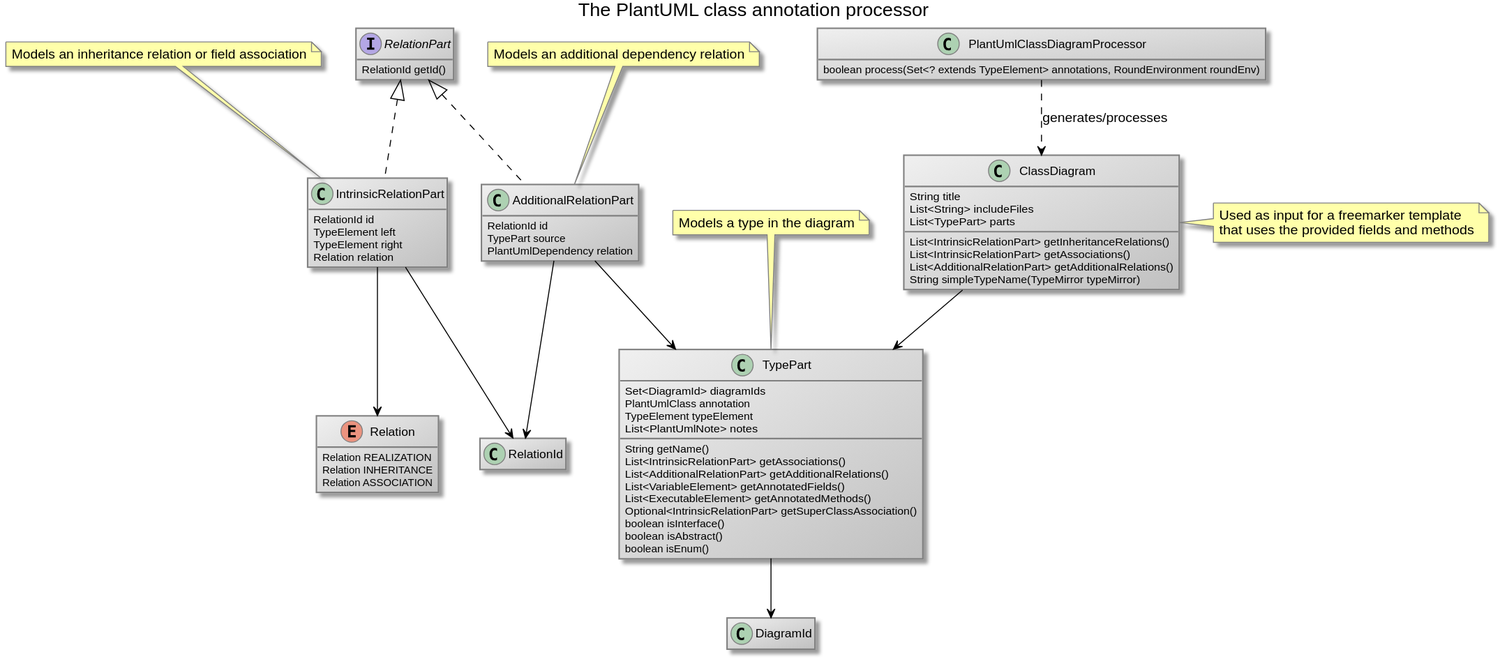
comsysto/livingdoc keeps this PlantUML diagram as doc/images/annotation-processor_class.svg. Above is the earlier version.
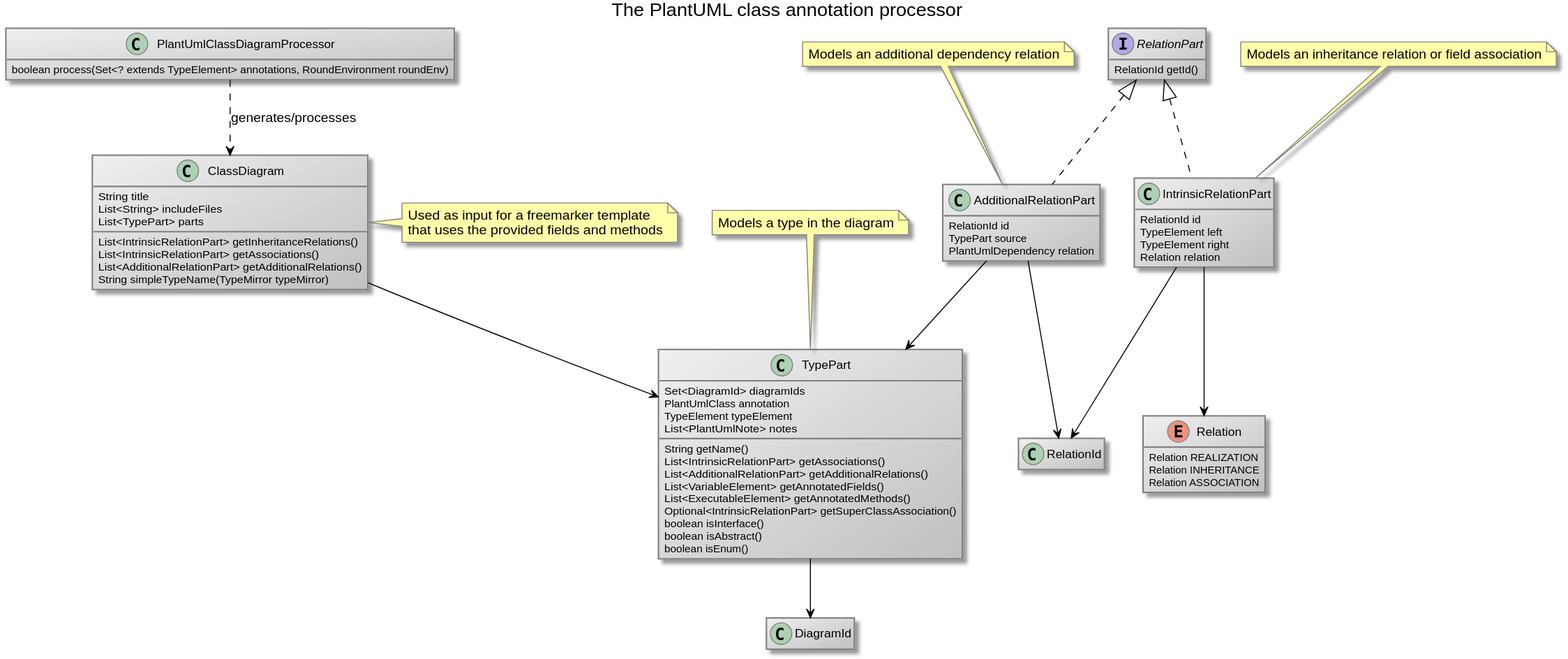
The same file after the commit.

What changed in the source:
```diff
@@ -16,8 +16,44 @@
 skinParam noteBorderColor gray
 hide empty members
 title The PlantUML class annotation processor
-class RelationId
+
+class PlantUmlClassDiagramProcessor {
+
+    boolean process(Set<? extends TypeElement> annotations, RoundEnvironment roundEnv)
+}
+
+
+enum Relation {
+    Relation REALIZATION
+    Relation INHERITANCE
+    Relation ASSOCIATION
+
+}
+
+
+class ClassDiagram {
+    String title
+    List<String> includeFiles
+    List<TypePart> parts
+
+    List<IntrinsicRelationPart> getInheritanceRelations()
+    List<IntrinsicRelationPart> getAssociations()
+    List<AdditionalRelationPart> getAdditionalRelations()
+    String simpleTypeName(TypeMirror typeMirror)
+}
+
+note right of ClassDiagram
+Used as input for a freemarker template
+that uses the provided fields and methods
+end note
+
 class DiagramId
+
+interface RelationPart {
+
+    RelationId getId()
+}
+
 
 class TypePart {
     Set<DiagramId> diagramIds
@@ -41,28 +77,19 @@
 end note
 
 
-class ClassDiagram {
-    String title
-    List<String> includeFiles
-    List<TypePart> parts
+class IntrinsicRelationPart {
+    RelationId id
+    TypeElement left
+    TypeElement right
+    Relation relation
 
-    List<IntrinsicRelationPart> getInheritanceRelations()
-    List<IntrinsicRelationPart> getAssociations()
-    List<AdditionalRelationPart> getAdditionalRelations()
-    String simpleTypeName(TypeMirror typeMirror)
 }
 
-note right of ClassDiagram
-Used as input for a freemarker template
-that uses the provided fields and methods
+note top of IntrinsicRelationPart
+Models an inheritance relation or field association
 end note
 
-
-interface RelationPart {
-
-    RelationId getId()
-}
-
+class RelationId
 
 class AdditionalRelationPart {
     RelationId id
@@ -76,42 +103,15 @@
 end note
 
 
-class PlantUmlClassDiagramProcessor {
+RelationPart <|.. IntrinsicRelationPart
+RelationPart <|.. AdditionalRelationPart
 
-    boolean process(Set<? extends TypeElement> annotations, RoundEnvironment roundEnv)
-}
-
-
-class IntrinsicRelationPart {
-    RelationId id
-    TypeElement left
-    TypeElement right
-    Relation relation
-
-}
-
-note top of IntrinsicRelationPart
-Models an inheritance relation or field association
-end note
-
-
-enum Relation {
-    Relation REALIZATION
-    Relation INHERITANCE
-    Relation ASSOCIATION
-
-}
-
-
-RelationPart <|.. AdditionalRelationPart
-RelationPart <|.. IntrinsicRelationPart
-
+ClassDiagram --> TypePart
 TypePart --> DiagramId
-ClassDiagram --> TypePart
+IntrinsicRelationPart --> RelationId
+IntrinsicRelationPart --> Relation
 AdditionalRelationPart --> RelationId
 AdditionalRelationPart --> TypePart
-IntrinsicRelationPart --> RelationId
-IntrinsicRelationPart --> Relation
     PlantUmlClassDiagramProcessor ..> ClassDiagram: generates/processes
 
 @enduml
```
